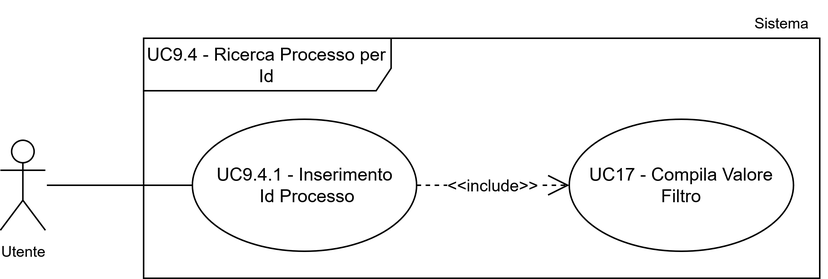
Before: assets/uml/UC9.4INC.png, a diagram exported from draw.io (7-ZPUs/Docs). Source tidied: cells renumbered, new cells last; positions are measured from the earlier drawing's top-left corner, leaving out a move shared by most shapes.
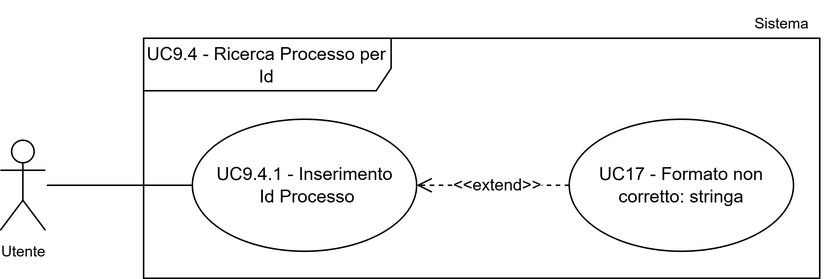
Above is the later version.

What changed in the source:
```diff
@@ -19,11 +19,16 @@
     <mxCell id="6" value="&lt;div&gt;UC9.4 - Ricerca Processo per Id&lt;/div&gt;" style="shape=umlFrame;whiteSpace=wrap;html=1;width=165;height=35;" parent="1" vertex="1">
       <mxGeometry x="95.2" y="25" width="450.8" height="160" as="geometry" />
     </mxCell>
-    <mxCell id="7" value="&amp;lt;&amp;lt;include&amp;gt;&amp;gt;" style="endArrow=open;endSize=12;dashed=1;html=1;rounded=0;" parent="1" edge="1" source="2" target="8">
-      <mxGeometry x="-0.01" relative="1" as="geometry" />
+    <mxCell id="7" value="UC17 - Formato non corretto: stringa" style="ellipse;whiteSpace=wrap;html=1;" parent="1" vertex="1">
+      <mxGeometry x="379" y="79" width="149.5" height="88" as="geometry" />
     </mxCell>
-    <mxCell id="8" value="UC17 - Compila Valore Filtro" style="ellipse;whiteSpace=wrap;html=1;" parent="1" vertex="1">
-      <mxGeometry x="379" y="79" width="149.5" height="88" as="geometry" />
+    <mxCell id="8" style="rounded=0;jettySize=auto;html=1;dashed=1;endArrow=open;endFill=0;endSize=8;" parent="1" edge="1" source="7" target="2">
+      <mxGeometry relative="1" as="geometry" />
     </mxCell>
+    <mxCell id="9" value="&amp;lt;&amp;lt;extend&amp;gt;&amp;gt;" style="edgeLabel;html=1;align=center;verticalAlign=middle;" parent="8" vertex="1">
+      <mxGeometry x="0.47" y="2" relative="1" as="geometry">
+        <mxPoint x="27" y="-2" as="offset" />
+      </mxGeometry>
+    </mxCell>
   </root>
 </mxGraphModel>
```
